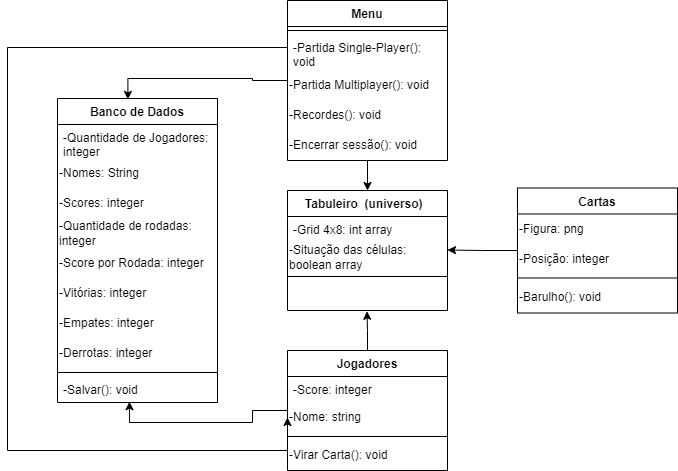
This is Diagrama de Classes.drawio.png from FelipeRibeirooo/Entrega-03-OO-UML, a draw.io export, as it was before one commit. Source tidied: cells renumbered, new cells last; positions are measured from the earlier drawing's top-left corner, leaving out a move shared by most shapes.
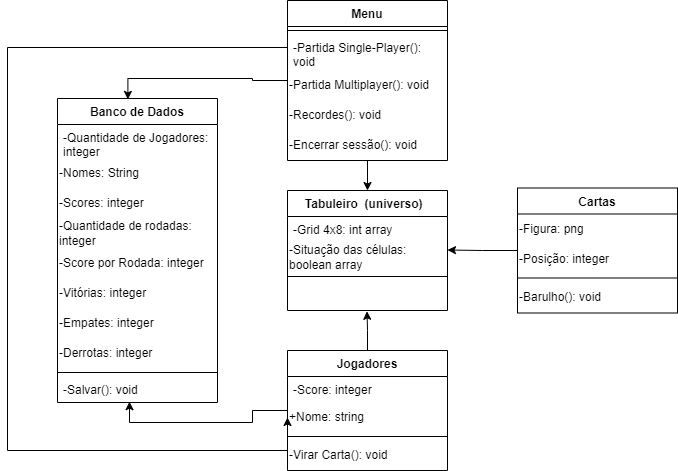
The same file after the commit.

Change to the diagram source:
```diff
@@ -23,7 +23,7 @@
     <mxCell id="8" value="-Score: integer" style="text;align=left;verticalAlign=top;spacingLeft=4;spacingRight=4;overflow=hidden;" parent="7" vertex="1">
       <mxGeometry y="26" width="160" height="26" as="geometry" />
     </mxCell>
-    <mxCell id="9" value="&lt;div align=&quot;left&quot;&gt;-Nome: string &lt;br&gt;&lt;/div&gt;" style="text;html=1;strokeColor=none;fillColor=none;align=left;verticalAlign=middle;whiteSpace=wrap;rounded=0;" parent="7" vertex="1">
+    <mxCell id="9" value="&lt;div align=&quot;left&quot;&gt;+Nome: string &lt;br&gt;&lt;/div&gt;" style="text;html=1;strokeColor=none;fillColor=none;align=left;verticalAlign=middle;whiteSpace=wrap;rounded=0;" parent="7" vertex="1">
       <mxGeometry y="52" width="160" height="30" as="geometry" />
     </mxCell>
     <mxCell id="10" style="line;html=1;strokeWidth=1;align=left;verticalAlign=middle;spacingTop=-1;spacingLeft=3;spacingRight=3;labelPosition=right;" parent="7" vertex="1">
```
